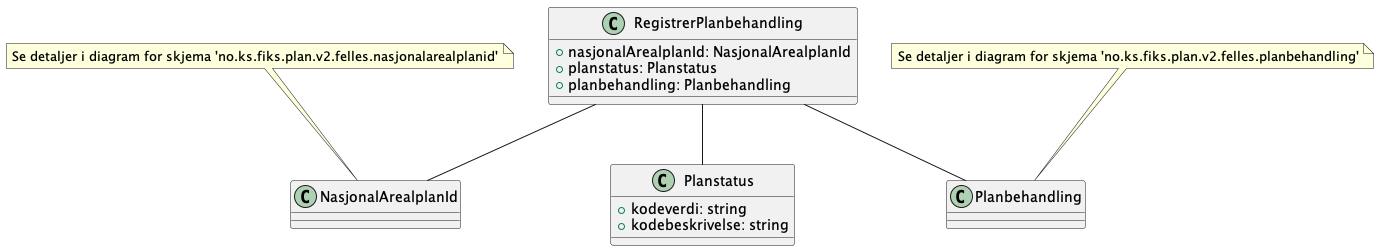
Above: Dokumentasjon/V2/ClassDiagrams/no.ks.fiks.plan.v2.oppdatering.planbehandling.registrer/planbehandling-registrer.png in ks-no/fiks-plan-specification (PlantUML), before the change. Source of this version:
```plantuml
@startuml

class RegistrerPlanbehandling {
    +nasjonalArealplanId: NasjonalArealplanId
    +planstatus: Planstatus
    +planbehandling: Planbehandling
}

class Planstatus {
    +kodeverdi: string
    +kodebeskrivelse: string
}

RegistrerPlanbehandling -- NasjonalArealplanId
RegistrerPlanbehandling -- Planstatus
RegistrerPlanbehandling -- Planbehandling

note top of NasjonalArealplanId : Se detaljer i diagram for skjema 'no.ks.fiks.plan.v2.felles.nasjonalarealplanid'
note top of Planbehandling : Se detaljer i diagram for skjema 'no.ks.fiks.plan.v2.felles.planbehandling'

@enduml
```
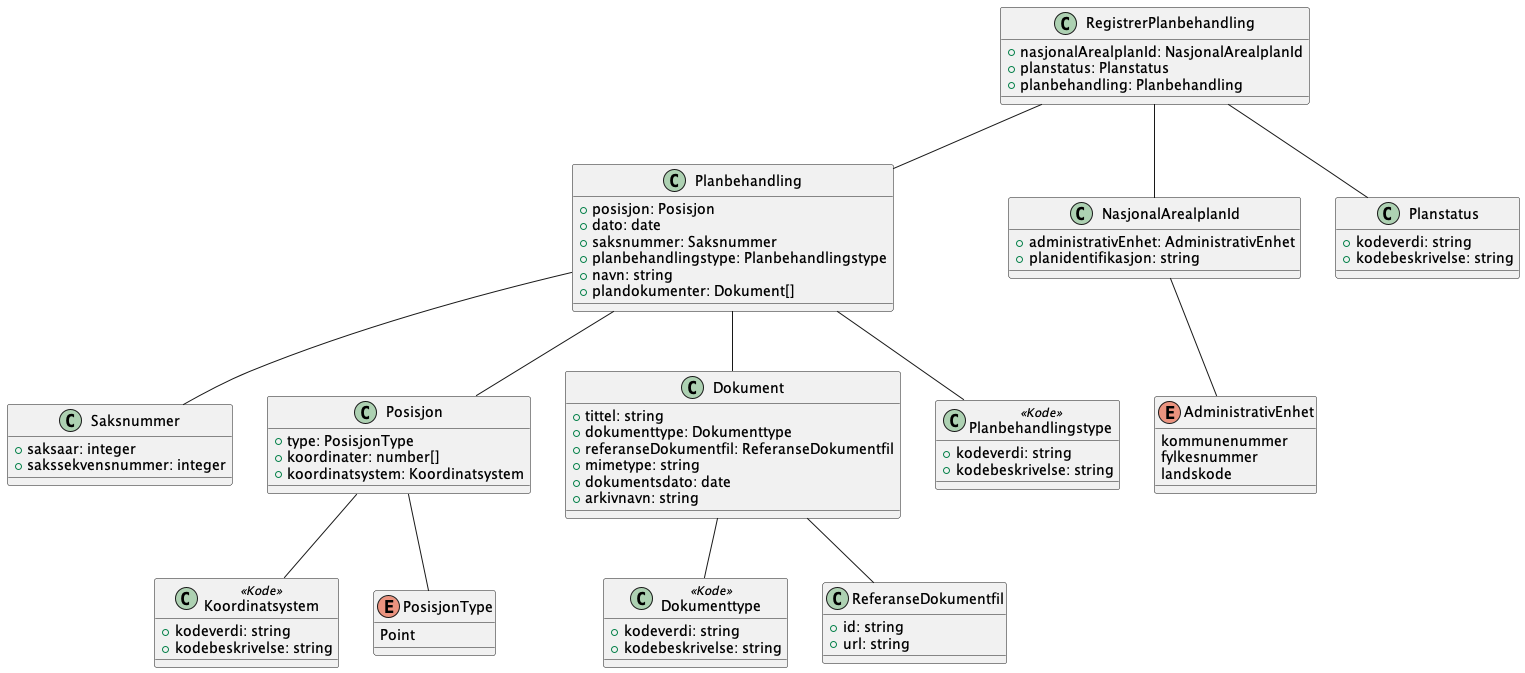
After the change.

Change to the diagram source:
```diff
@@ -1,4 +1,6 @@
 @startuml
+!include ./../no.ks.fiks.plan.v2.felles.planbehandling/planbehandling.pu
+!include ./../no.ks.fiks.plan.v2.felles.nasjonalarealplanid/nasjonalarealplanid.pu
 
 class RegistrerPlanbehandling {
     +nasjonalArealplanId: NasjonalArealplanId
@@ -15,7 +17,4 @@
 RegistrerPlanbehandling -- Planstatus
 RegistrerPlanbehandling -- Planbehandling
 
-note top of NasjonalArealplanId : Se detaljer i diagram for skjema 'no.ks.fiks.plan.v2.felles.nasjonalarealplanid'
-note top of Planbehandling : Se detaljer i diagram for skjema 'no.ks.fiks.plan.v2.felles.planbehandling'
-
 @enduml
```
